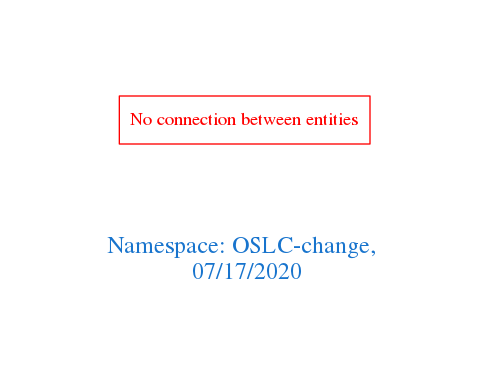
arago/OGIT keeps this Graphviz diagram as downloads/OSLC-change.png. Above is the earlier version. Its source is kept beside it as downloads/OSLC-change.dot.
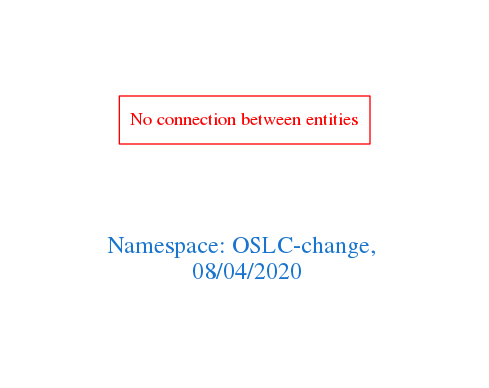
Later version of the same file.

Change to the diagram source:
```diff
@@ -1,7 +1,7 @@
 digraph OGIT_ontology {
  graph [ rankdir= LR,pad=1
 fontsize = 18,
-fontcolor= dodgerblue3,label = "\n\n\nNamespace: OSLC-change, \n 07/17/2020"];
+fontcolor= dodgerblue3,label = "\n\n\nNamespace: OSLC-change, \n 08/04/2020"];
 node[shape=polygon];
 edge [  color="gray81"];
 
```
